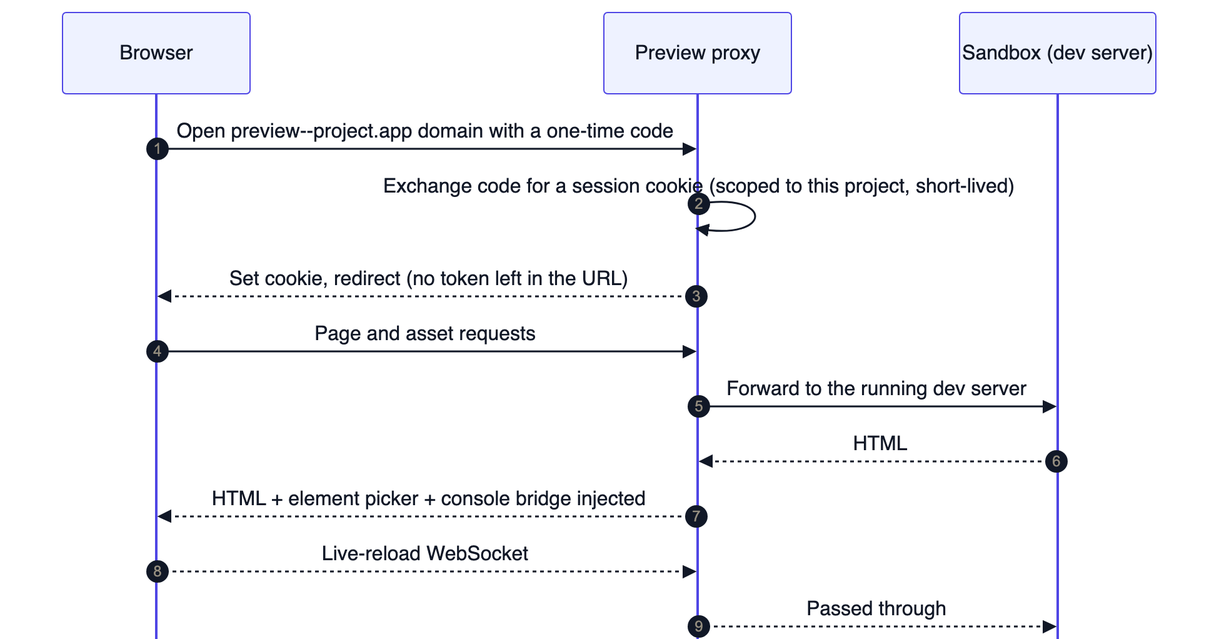
The Mermaid diagram docs/product/diagrams/A4-preview-path.png in netanyaj/architect-2, before a commit. Its source is kept beside it as docs/product/diagrams/src/A4-preview-path.mmd. Its diagram source:
```mermaid
sequenceDiagram
  autonumber
  participant B as Browser
  participant PX as Preview proxy
  participant SB as Sandbox (dev server)
  B->>PX: Open preview--project.app domain with a one-time code
  PX->>PX: Exchange code for a session cookie (scoped to this project, short-lived)
  PX-->>B: Set cookie, redirect (no token left in the URL)
  B->>PX: Page and asset requests
  PX->>SB: Forward to the running dev server
  SB-->>PX: HTML
  PX-->>B: HTML + element picker + console bridge injected
  B-->>PX: Live-reload WebSocket
  PX-->>SB: Passed through
```
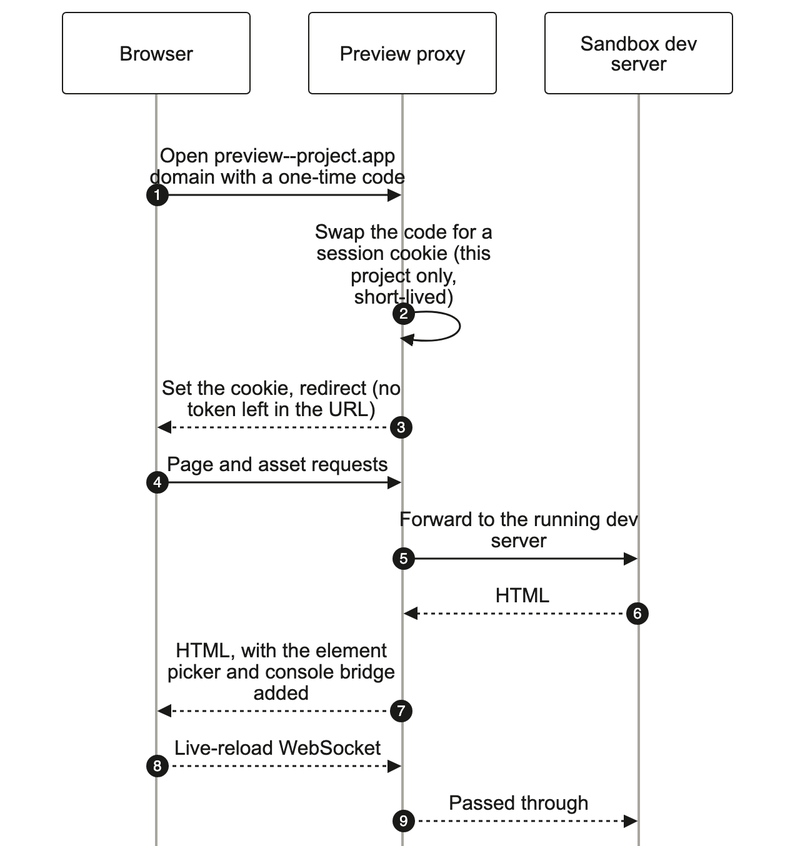
The same file after the commit.

Diff of the diagram source:
```diff
@@ -1,14 +1,17 @@
+%%{init: {"theme":"base","themeVariables":{"fontFamily":"Arial","fontSize":"15px","primaryColor":"#FFFFFF","primaryBorderColor":"#1A1A19","primaryTextColor":"#1A1A19","lineColor":"#1A1A19","secondaryColor":"#FFFFFF","tertiaryColor":"#FFFFFF","clusterBkg":"#F5F4F0","clusterBorder":"#D6D4CC","edgeLabelBackground":"#FFFFFF","actorBkg":"#FFFFFF","actorBorder":"#1A1A19","actorTextColor":"#1A1A19","actorLineColor":"#A8A69F","signalColor":"#1A1A19","signalTextColor":"#1A1A19","noteBkgColor":"#F5F4F0","noteBorderColor":"#D6D4CC","noteTextColor":"#42413D","labelBoxBkgColor":"#FFFFFF","labelBoxBorderColor":"#1A1A19","labelTextColor":"#1A1A19","loopTextColor":"#1A1A19","activationBkgColor":"#F5F4F0","activationBorderColor":"#1A1A19","sequenceNumberColor":"#FFFFFF"},"sequence":{"mirrorActors":false,"actorMargin":36,"wrap":true,"width":150}}}%%
 sequenceDiagram
   autonumber
   participant B as Browser
   participant PX as Preview proxy
-  participant SB as Sandbox (dev server)
-  B->>PX: Open preview--project.app domain with a one-time code
-  PX->>PX: Exchange code for a session cookie (scoped to this project, short-lived)
-  PX-->>B: Set cookie, redirect (no token left in the URL)
-  B->>PX: Page and asset requests
-  PX->>SB: Forward to the running dev server
-  SB-->>PX: HTML
-  PX-->>B: HTML + element picker + console bridge injected
-  B-->>PX: Live-reload WebSocket
-  PX-->>SB: Passed through
+  participant SB as Sandbox dev server
+  rect rgb(255, 255, 255)
+    B->>PX: Open preview--project.app domain with a one-time code
+    PX->>PX: Swap the code for a session cookie (this project only, short-lived)
+    PX-->>B: Set the cookie, redirect (no token left in the URL)
+    B->>PX: Page and asset requests
+    PX->>SB: Forward to the running dev server
+    SB-->>PX: HTML
+    PX-->>B: HTML, with the element picker and console bridge added
+    B-->>PX: Live-reload WebSocket
+    PX-->>SB: Passed through
+  end
```
